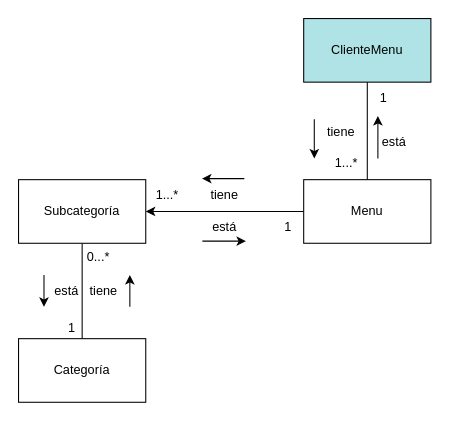
Before: page "Menu" (4 of 12) of Restaurante_Disenio.drawio in andrescardo98/doo, a draw.io diagram. Source tidied: cells renumbered, new cells numbered last; positions are measured from the earlier drawing's top-left corner, leaving out a move shared by most shapes. Both pictures are drawn from the tidied source at 106%, with x=0, y=0 at pixel (18, 18).
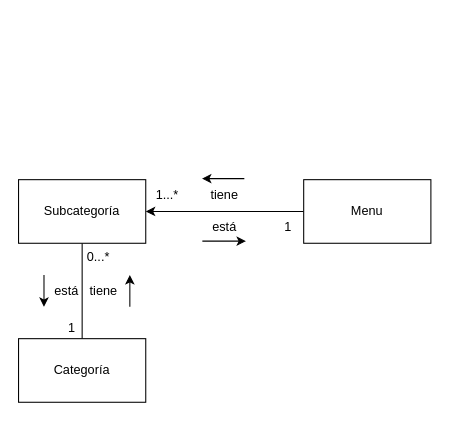
Above is the later version.

Unchanged cells that the change refers to:
```xml
<mxCell id="5" value="Menu" style="rounded=0;whiteSpace=wrap;html=1;" parent="1" vertex="1">
  <mxGeometry x="269" y="152" width="120" height="60" as="geometry" />
</mxCell>
```

What changed in the source:
```diff
@@
-    <mxCell id="2" value="ClienteMenu" style="rounded=0;whiteSpace=wrap;html=1;fillColor=#B0E3E6;fontColor=#000000;" parent="1" vertex="1">
-      <mxGeometry x="269" width="120" height="60" as="geometry" />
-    </mxCell>
-    <mxCell id="3" style="edgeStyle=orthogonalEdgeStyle;rounded=0;jettySize=auto;html=1;exitX=0.5;exitY=0;exitDx=0;exitDy=0;entryX=0.5;entryY=1;entryDx=0;entryDy=0;endArrow=none;endFill=0;" parent="1" edge="1" source="5" target="2">
-      <mxGeometry relative="1" as="geometry" />
-    </mxCell>
@@
-    <mxCell id="6" style="endArrow=classic;html=1;rounded=0;" parent="1" edge="1">
-      <mxGeometry relative="1" as="geometry">
-        <mxPoint x="279" y="95" as="sourcePoint" />
-        <mxPoint x="279" y="132" as="targetPoint" />
-      </mxGeometry>
-    </mxCell>
-    <mxCell id="7" style="endArrow=classic;html=1;rounded=0;" parent="1" edge="1">
-      <mxGeometry relative="1" as="geometry">
-        <mxPoint x="339" y="132" as="sourcePoint" />
-        <mxPoint x="339" y="92" as="targetPoint" />
-      </mxGeometry>
-    </mxCell>
-    <mxCell id="8" value="tiene" style="text;html=1;align=center;verticalAlign=middle;strokeColor=none;fillColor=none;" parent="1" vertex="1">
-      <mxGeometry x="279" y="92" width="50" height="30" as="geometry" />
-    </mxCell>
-    <mxCell id="9" value="está" style="text;html=1;align=center;verticalAlign=middle;strokeColor=none;fillColor=none;" parent="1" vertex="1">
-      <mxGeometry x="329" y="102" width="50" height="30" as="geometry" />
-    </mxCell>
-    <mxCell id="10" value="1...*" style="text;html=1;align=center;verticalAlign=middle;strokeColor=none;fillColor=none;" parent="1" vertex="1">
-      <mxGeometry x="289" y="122" width="40" height="30" as="geometry" />
-    </mxCell>
-    <mxCell id="11" value="1" style="text;html=1;align=center;verticalAlign=middle;strokeColor=none;fillColor=none;" parent="1" vertex="1">
-      <mxGeometry x="329" y="60" width="30" height="30" as="geometry" />
-    </mxCell>
```
